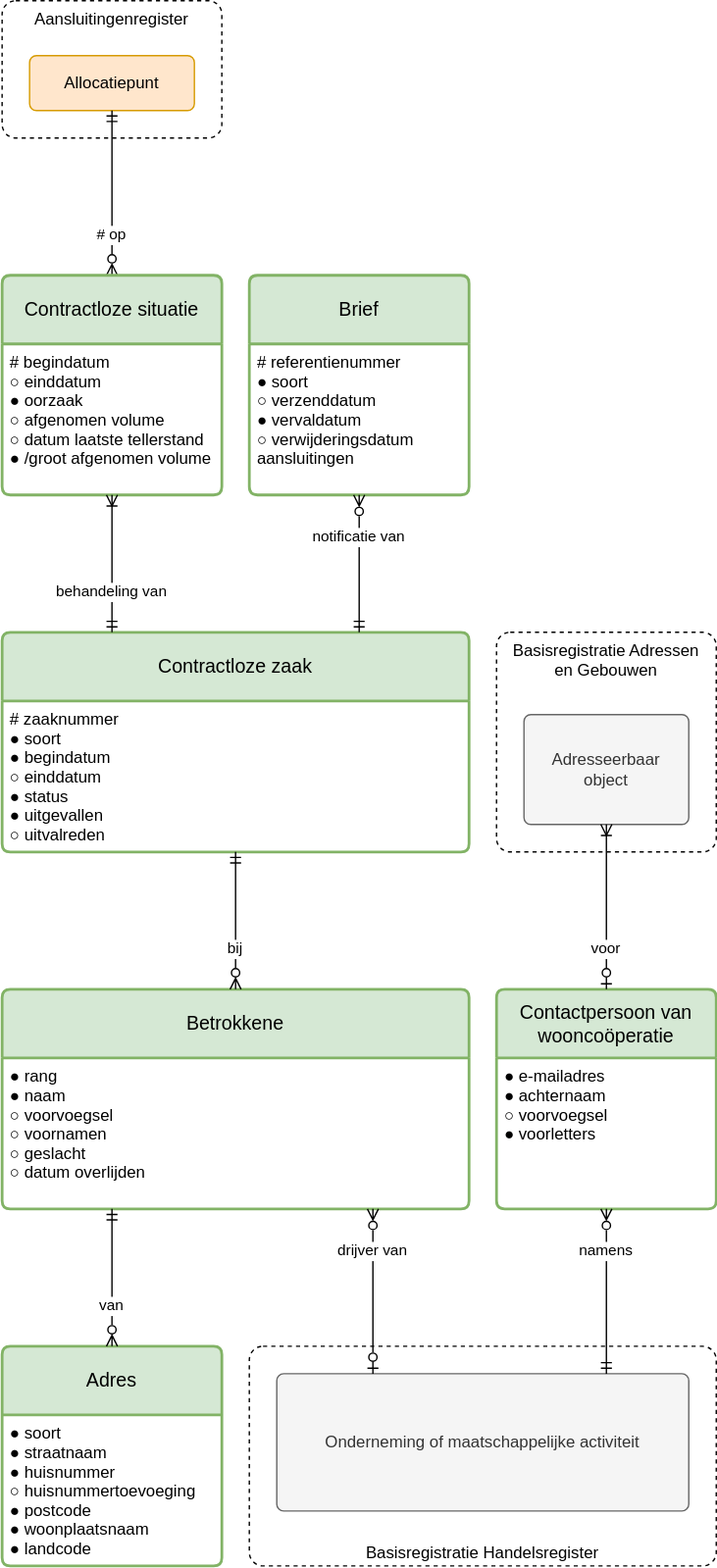
Above: registers/contractloosregister/1.0/contractloosregister.drawio.svg in Netbeheer-Nederland/stelsel (draw.io), before the change. Source tidied: cells renumbered, new cells last; positions are measured from the earlier drawing's top-left corner, leaving out a move shared by most shapes.
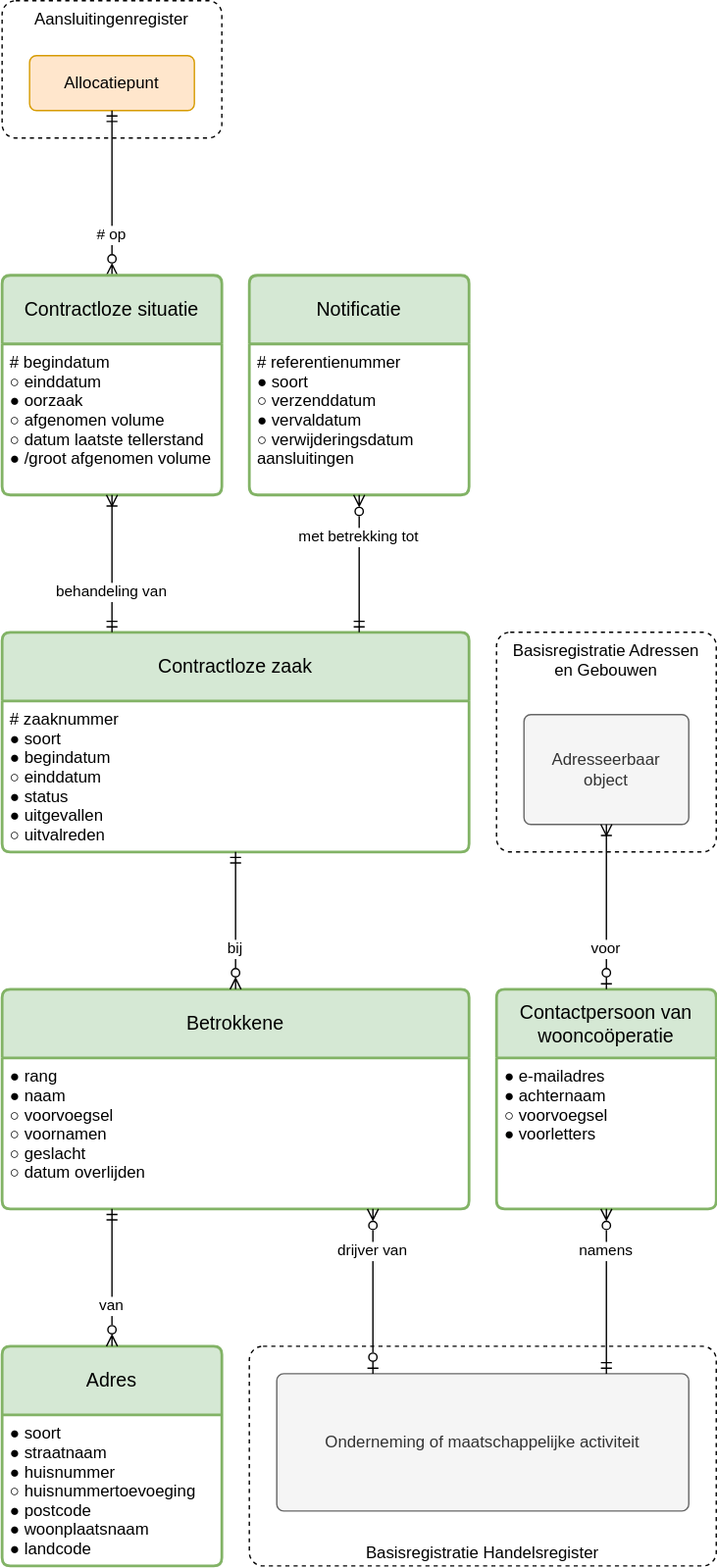
The same file after the commit.

What changed in the source:
```diff
@@ -11,7 +11,7 @@
     <mxCell id="4" value="# zaaknummer&#10;● soort&#10;● begindatum&#10;○ einddatum&#10;● status&#10;● uitgevallen&#10;○ uitvalreden" style="align=left;strokeColor=none;fillColor=none;spacingLeft=4;fontSize=12;verticalAlign=top;" parent="3" vertex="1">
       <mxGeometry y="50" width="340" height="110" as="geometry" />
     </mxCell>
-    <mxCell id="5" value="Brief" style="swimlane;horizontal=1;startSize=50;rounded=1;fontSize=14;fontStyle=0;strokeWidth=2;shadow=0;dashed=0;align=center;arcSize=4;whiteSpace=wrap;spacing=10;fillColor=#d5e8d4;strokeColor=#82b366;" parent="1" vertex="1">
+    <mxCell id="5" value="Notificatie" style="swimlane;horizontal=1;startSize=50;rounded=1;fontSize=14;fontStyle=0;strokeWidth=2;shadow=0;dashed=0;align=center;arcSize=4;whiteSpace=wrap;spacing=10;fillColor=#d5e8d4;strokeColor=#82b366;" parent="1" vertex="1">
       <mxGeometry x="180" y="200" width="160" height="160" as="geometry" />
     </mxCell>
     <mxCell id="6" value="# referentienummer&#10;● soort&#10;○ verzenddatum&#10;● vervaldatum&#10;○ verwijderingsdatum&#10;   aansluitingen" style="align=left;strokeColor=none;fillColor=none;spacingLeft=4;fontSize=12;verticalAlign=top;" parent="5" vertex="1">
@@ -23,7 +23,7 @@
     <mxCell id="8" value="Allocatiepunt" style="rounded=1;arcSize=10;whiteSpace=wrap;align=center;absoluteArcSize=1;spacing=10;fillColor=#ffe6cc;strokeColor=#d79b00;" parent="1" vertex="1">
       <mxGeometry x="20" y="40" width="120" height="40" as="geometry" />
     </mxCell>
-    <mxCell id="9" value="notificatie van" style="endArrow=ERmandOne;edgeStyle=elbowEdgeStyle;endFill=0;startArrow=ERzeroToMany;startFill=0;align=center;" parent="1" edge="1" source="5" target="3">
+    <mxCell id="9" value="met betrekking tot" style="endArrow=ERmandOne;edgeStyle=elbowEdgeStyle;endFill=0;startArrow=ERzeroToMany;startFill=0;align=center;" parent="1" edge="1" source="5" target="3">
       <mxGeometry x="-0.4" relative="1" as="geometry" />
     </mxCell>
     <mxCell id="10" value="# op" style="endArrow=ERmandOne;edgeStyle=elbowEdgeStyle;endFill=0;startArrow=ERzeroToMany;startFill=0;align=center;exitX=0.5;exitY=0;exitDx=0;exitDy=0;" parent="1" edge="1" source="20" target="8">
```
